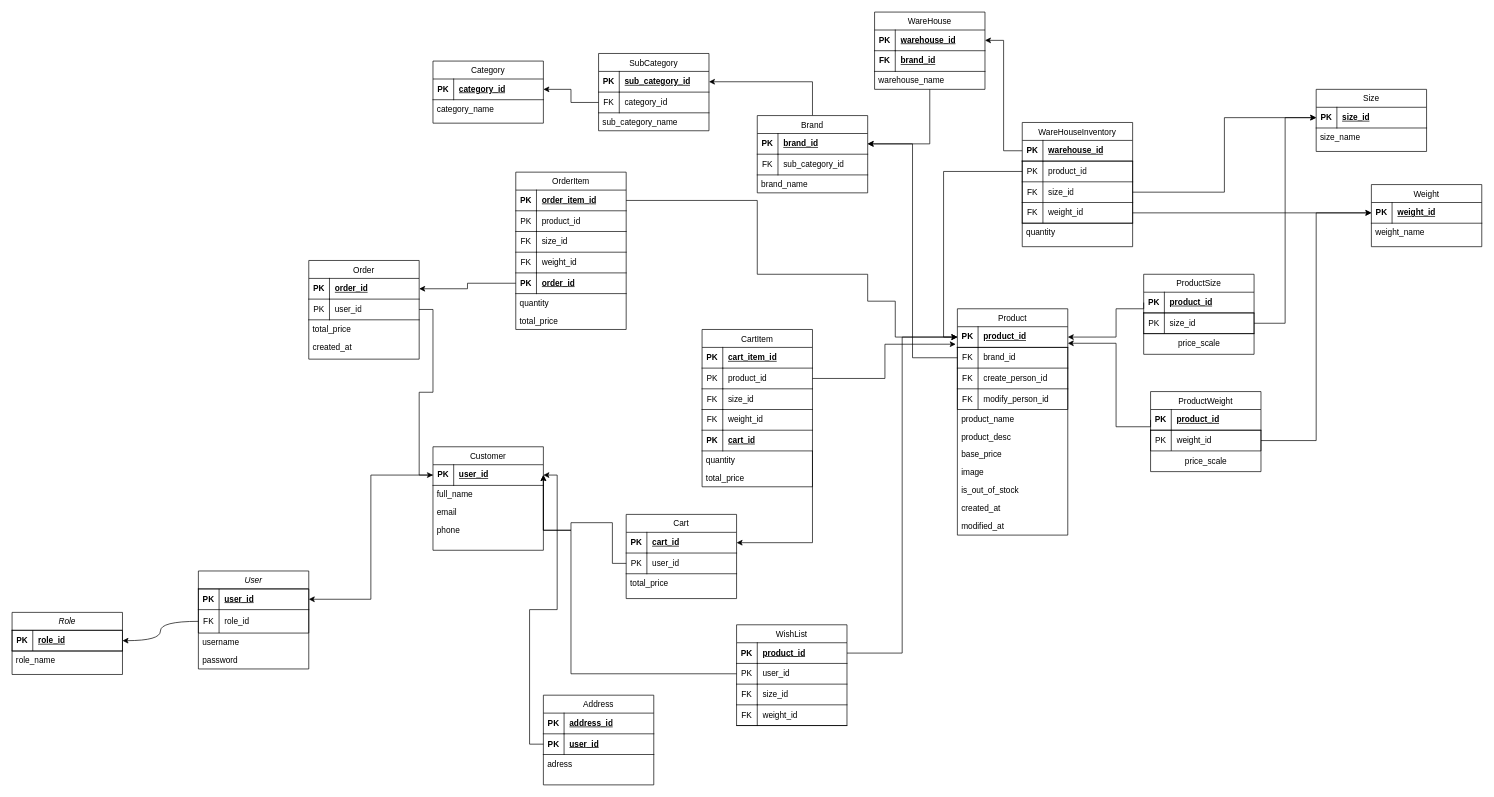
This is e-commerce/E-Commerce.drawio from trungvuu188/E-Commerce, a draw.io file, before an edit. Source tidied: cells renumbered, new cells numbered last; positions are measured from the earlier drawing's top-left corner, leaving out a move shared by most shapes. Both pictures are drawn from the tidied source at 69%, with x=0, y=0 at pixel (12, 12).
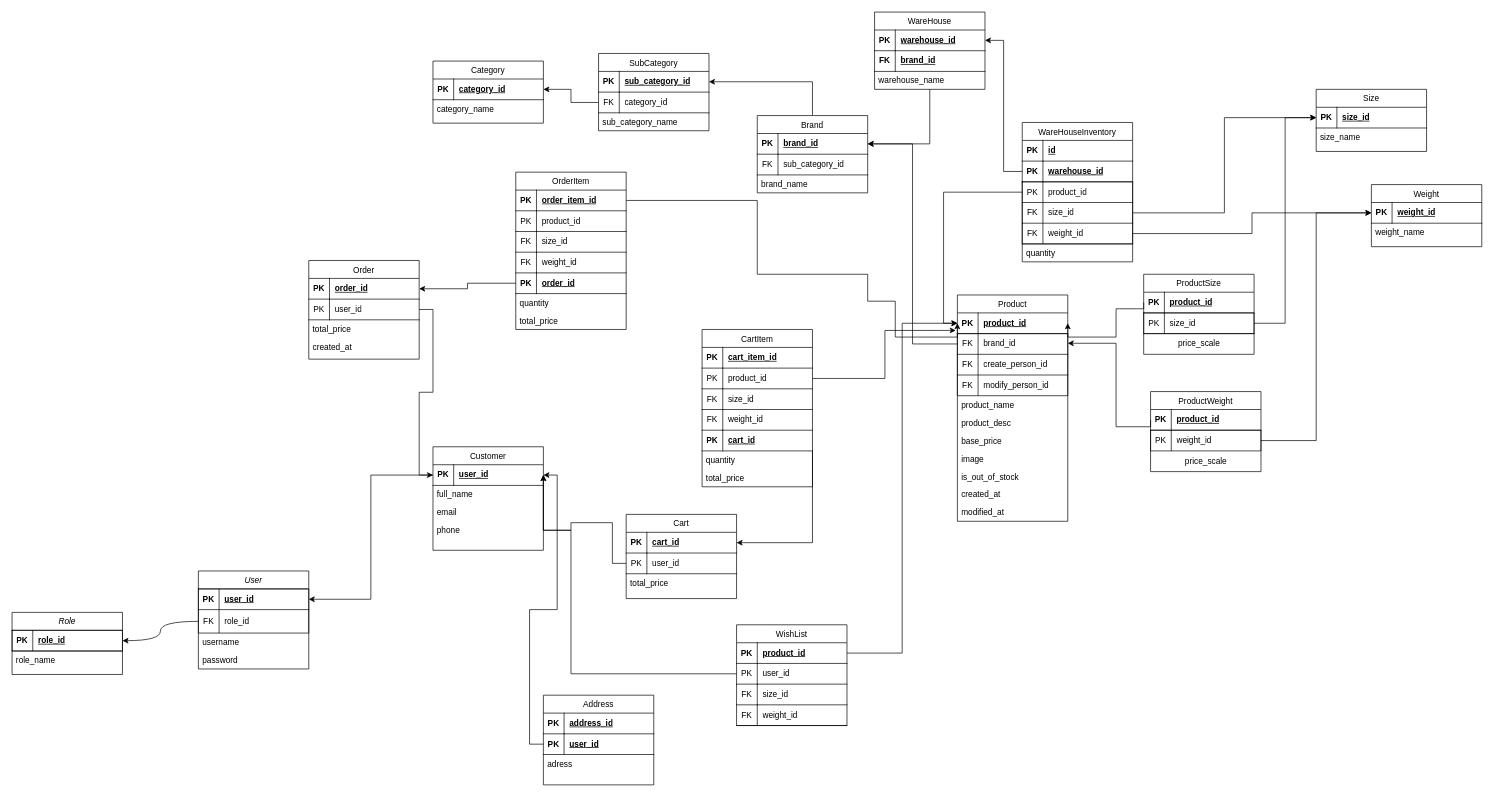
Above is the later version.

The change refers to these unchanged cells:
```xml
<mxCell id="116" style="shape=tableRow;horizontal=0;startSize=0;swimlaneHead=0;swimlaneBody=0;fillColor=none;points=[[0,0.5],[1,0.5]];portConstraint=eastwest;top=0;left=0;right=0;bottom=1;" parent="115" vertex="1">
  <mxGeometry width="160" height="30" as="geometry" />
</mxCell>
<mxCell id="125" style="shape=tableRow;horizontal=0;startSize=0;swimlaneHead=0;swimlaneBody=0;fillColor=none;points=[[0,0.5],[1,0.5]];portConstraint=eastwest;top=0;left=0;right=0;bottom=1;" parent="124" vertex="1">
  <mxGeometry width="160" height="30" as="geometry" />
</mxCell>
```

The edit, as a diff of the source:
```diff
@@
     <mxCell id="28" value="Product" style="swimlane;fontStyle=0;align=center;verticalAlign=top;horizontal=1;startSize=26;rounded=0;shadow=0;strokeWidth=1;" parent="1" vertex="1">
-      <mxGeometry x="1370" y="430" width="160" height="328" as="geometry" />
+      <mxGeometry x="1370" y="410" width="160" height="328" as="geometry" />
     </mxCell>
@@
     <mxCell id="123" value="WareHouseInventory" style="swimlane;fontStyle=0;align=center;verticalAlign=top;horizontal=1;startSize=26;rounded=0;shadow=0;strokeWidth=1;" parent="1" vertex="1">
-      <mxGeometry x="1464" y="160" width="160" height="180" as="geometry" />
+      <mxGeometry x="1464" y="160" width="160" height="202" as="geometry" />
     </mxCell>
     <mxCell id="124" style="shape=table;startSize=0;childLayout=tableLayout;rowLines=0;fontStyle=0;align=center;strokeColor=none;fillColor=none;" parent="123" vertex="1">
-      <mxGeometry y="26" width="160" height="30" as="geometry" />
+      <mxGeometry y="26" width="160" height="60" as="geometry" />
     </mxCell>
@@
-    <mxCell id="127" value="warehouse_id" style="shape=partialRectangle;fillColor=none;top=0;left=0;bottom=0;right=0;align=left;spacingLeft=6;fontStyle=5;overflow=hidden;whiteSpace=wrap;html=1;" parent="125" vertex="1">
+    <mxCell id="127" value="id" style="shape=partialRectangle;fillColor=none;top=0;left=0;bottom=0;right=0;align=left;spacingLeft=6;fontStyle=5;overflow=hidden;whiteSpace=wrap;html=1;" parent="125" vertex="1">
       <mxGeometry x="30" width="130" height="30" as="geometry" />
     </mxCell>
+    <mxCell id="232" style="shape=tableRow;horizontal=0;startSize=0;swimlaneHead=0;swimlaneBody=0;fillColor=none;points=[[0,0.5],[1,0.5]];portConstraint=eastwest;top=0;left=0;right=0;bottom=1;" parent="124" vertex="1">
+      <mxGeometry y="30" width="160" height="30" as="geometry" />
+    </mxCell>
+    <mxCell id="233" value="PK" style="shape=partialRectangle;fillColor=none;top=0;left=0;bottom=0;right=1;fontStyle=1;overflow=hidden;whiteSpace=wrap;html=1;" parent="232" vertex="1">
+      <mxGeometry width="30" height="30" as="geometry" />
+    </mxCell>
+    <mxCell id="234" value="warehouse_id" style="shape=partialRectangle;fillColor=none;top=0;left=0;bottom=0;right=0;align=left;spacingLeft=6;fontStyle=5;overflow=hidden;whiteSpace=wrap;html=1;" parent="232" vertex="1">
+      <mxGeometry x="30" width="130" height="30" as="geometry" />
+    </mxCell>
     <mxCell id="128" style="shape=table;startSize=0;childLayout=tableLayout;rowLines=0;fontStyle=0;align=center;strokeColor=default;fillColor=none;" parent="123" vertex="1">
-      <mxGeometry y="56" width="160" height="90" as="geometry" />
+      <mxGeometry y="86" width="160" height="90" as="geometry" />
     </mxCell>
@@
     <mxCell id="138" value="quantity" style="text;align=left;verticalAlign=top;spacingLeft=4;spacingRight=4;overflow=hidden;" parent="123" vertex="1">
-      <mxGeometry y="146" width="160" height="26" as="geometry" />
+      <mxGeometry y="176" width="160" height="26" as="geometry" />
     </mxCell>
-    <mxCell id="139" style="edgeStyle=orthogonalEdgeStyle;rounded=0;jettySize=auto;html=1;entryX=1;entryY=0.5;entryDx=0;entryDy=0;" parent="1" edge="1" source="125" target="116">
+    <mxCell id="139" style="edgeStyle=orthogonalEdgeStyle;rounded=0;jettySize=auto;html=1;entryX=1;entryY=0.5;entryDx=0;entryDy=0;exitX=0;exitY=0.5;exitDx=0;exitDy=0;" parent="1" edge="1" source="232" target="116">
       <mxGeometry relative="1" as="geometry" />
     </mxCell>
```
